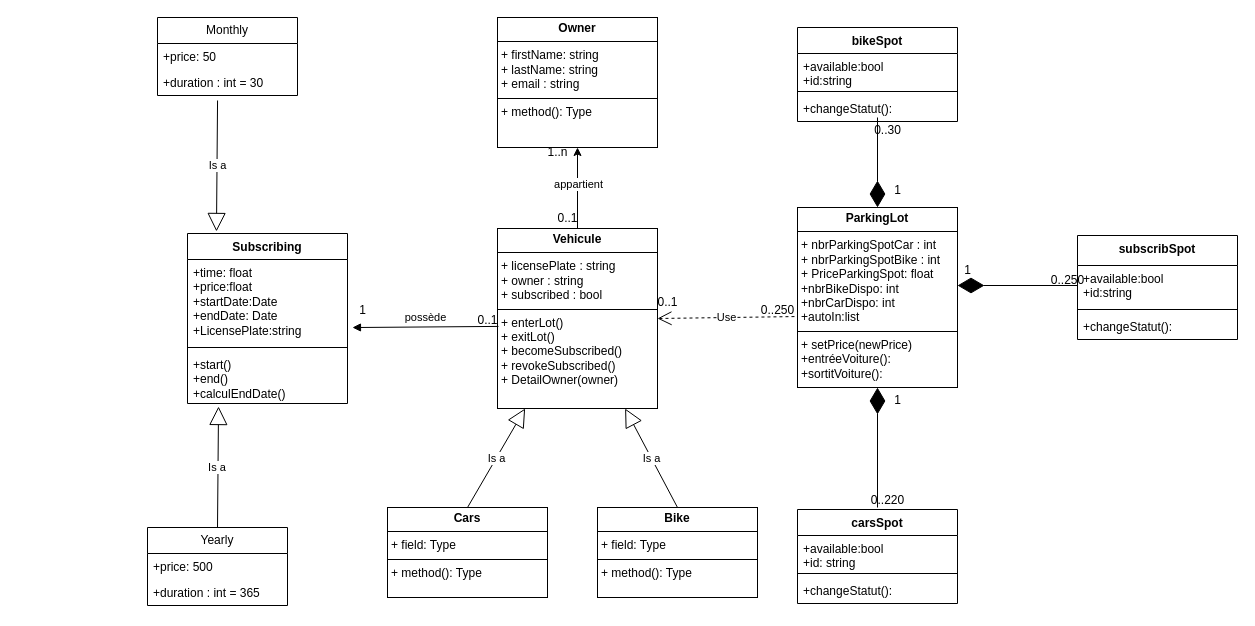
Before: UMLprojetDev2.drawio in bpatureau/Projet-dev-II-2tl1-6, a draw.io diagram. Source tidied: cells renumbered, new cells numbered last; positions are measured from the earlier drawing's top-left corner, leaving out a move shared by most shapes. Both pictures are drawn from the tidied source at 100%, with x=0, y=0 at pixel (147, 17).
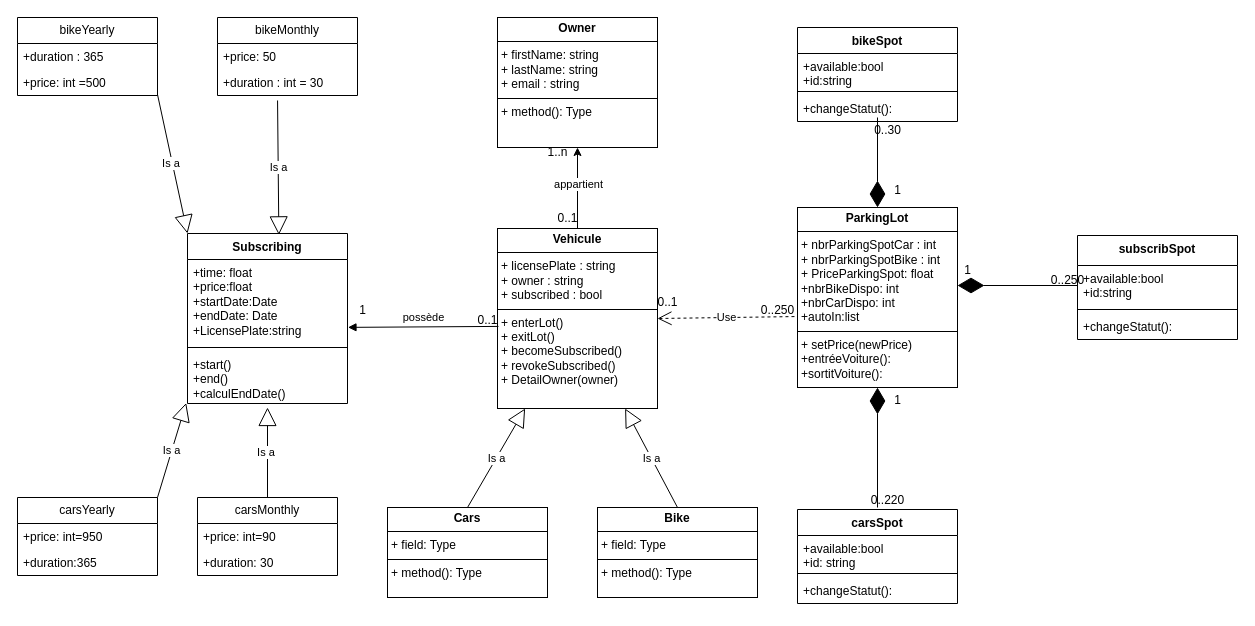
Above is the later version.

Commit message:
Mettre à jour UMLprojetDev2.drawio

Unchanged cells that the change refers to:
```xml
<mxCell id="2" value="&lt;p style=&quot;margin:0px;margin-top:4px;text-align:center;&quot;&gt;&lt;b&gt;Vehicule&lt;/b&gt;&lt;/p&gt;&lt;hr size=&quot;1&quot; style=&quot;border-style:solid;&quot;&gt;&lt;p style=&quot;margin:0px;margin-left:4px;&quot;&gt;+ licensePlate : string&lt;/p&gt;&lt;p style=&quot;margin:0px;margin-left:4px;&quot;&gt;+ owner : string&lt;/p&gt;&lt;p style=&quot;margin:0px;margin-left:4px;&quot;&gt;+ subscribed : bool&lt;/p&gt;&lt;hr size=&quot;1&quot; style=&quot;border-style:solid;&quot;&gt;&lt;p style=&quot;margin:0px;margin-left:4px;&quot;&gt;+ enterLot()&lt;/p&gt;&lt;p style=&quot;margin:0px;margin-left:4px;&quot;&gt;+ exitLot()&lt;/p&gt;&lt;p style=&quot;margin:0px;margin-left:4px;&quot;&gt;+ becomeSubscribed()&lt;/p&gt;&lt;p style=&quot;margin:0px;margin-left:4px;&quot;&gt;+ revokeSubscribed()&lt;/p&gt;&lt;p style=&quot;margin:0px;margin-left:4px;&quot;&gt;+ DetailOwner(owner)&lt;/p&gt;" style="verticalAlign=top;align=left;overflow=fill;html=1;whiteSpace=wrap;" parent="1" vertex="1">
  <mxGeometry x="350" y="211" width="160" height="180" as="geometry" />
</mxCell>
<mxCell id="9" value="Subscribing" style="swimlane;fontStyle=1;align=center;verticalAlign=top;horizontal=1;startSize=26;whiteSpace=wrap;html=1;" parent="1" vertex="1">
  <mxGeometry x="40" y="216" width="160" height="170" as="geometry" />
</mxCell>
<mxCell id="10" value="+time: float&lt;div&gt;+price:float&lt;/div&gt;&lt;div&gt;+startDate:Date&lt;/div&gt;&lt;div&gt;+endDate: Date&lt;/div&gt;&lt;div&gt;+LicensePlate:string&lt;/div&gt;" style="text;strokeColor=none;fillColor=none;align=left;verticalAlign=top;spacingLeft=4;spacingRight=4;overflow=hidden;points=[[0,0.5],[1,0.5]];portConstraint=eastwest;whiteSpace=wrap;html=1;" parent="9" vertex="1">
  <mxGeometry y="26" width="160" height="84" as="geometry" />
</mxCell>
<mxCell id="12" value="+start()&lt;div&gt;+end()&lt;/div&gt;&lt;div&gt;+calculEndDate()&lt;/div&gt;" style="text;strokeColor=none;fillColor=none;align=left;verticalAlign=top;spacingLeft=4;spacingRight=4;overflow=hidden;points=[[0,0.5],[1,0.5]];portConstraint=eastwest;whiteSpace=wrap;html=1;" parent="9" vertex="1">
  <mxGeometry y="118" width="160" height="52" as="geometry" />
</mxCell>
<mxCell id="15" value="+duration : int = 30" style="text;strokeColor=none;fillColor=none;align=left;verticalAlign=top;spacingLeft=4;spacingRight=4;overflow=hidden;points=[[0,0.5],[1,0.5]];portConstraint=eastwest;whiteSpace=wrap;html=1;" parent="13" vertex="1">
  <mxGeometry y="52" width="140" height="26" as="geometry" />
</mxCell>
```

Diff of the diagram source:
```diff
@@
-    <mxCell id="13" value="Monthly" style="swimlane;fontStyle=0;horizontal=1;startSize=26;fillColor=none;whiteSpace=wrap;html=1;" parent="1" vertex="1">
-      <mxGeometry x="10" width="140" height="78" as="geometry" />
+    <mxCell id="13" value="bikeMonthly" style="swimlane;fontStyle=0;horizontal=1;startSize=26;fillColor=none;whiteSpace=wrap;html=1;" parent="1" vertex="1">
+      <mxGeometry x="70" width="140" height="78" as="geometry" />
     </mxCell>
@@
-    <mxCell id="16" value="Yearly" style="swimlane;fontStyle=0;horizontal=1;startSize=26;fillColor=none;whiteSpace=wrap;html=1;" parent="1" vertex="1">
-      <mxGeometry y="510" width="140" height="78" as="geometry" />
+    <mxCell id="16" value="bikeYearly" style="swimlane;fontStyle=0;horizontal=1;startSize=26;fillColor=none;whiteSpace=wrap;html=1;" parent="1" vertex="1">
+      <mxGeometry x="-130" width="140" height="78" as="geometry" />
     </mxCell>
+    <mxCell id="18" value="+duration : 365" style="text;strokeColor=none;fillColor=none;align=left;verticalAlign=top;spacingLeft=4;spacingRight=4;overflow=hidden;whiteSpace=wrap;html=1;" parent="16" vertex="1">
+      <mxGeometry y="26" width="140" height="26" as="geometry" />
+    </mxCell>
-    <mxCell id="17" value="+price: 500" style="text;strokeColor=none;fillColor=none;align=left;verticalAlign=top;spacingLeft=4;spacingRight=4;overflow=hidden;points=[[0,0.5],[1,0.5]];portConstraint=eastwest;whiteSpace=wrap;html=1;" parent="16" vertex="1">
-      <mxGeometry y="26" width="140" height="26" as="geometry" />
+    <mxCell id="17" value="+price: int =500" style="text;strokeColor=none;fillColor=none;align=left;verticalAlign=top;spacingLeft=4;spacingRight=4;overflow=hidden;points=[[0,0.5],[1,0.5]];portConstraint=eastwest;whiteSpace=wrap;html=1;" parent="16" vertex="1">
+      <mxGeometry y="52" width="140" height="26" as="geometry" />
     </mxCell>
-    <mxCell id="18" value="+duration : int = 365" style="text;strokeColor=none;fillColor=none;align=left;verticalAlign=top;spacingLeft=4;spacingRight=4;overflow=hidden;whiteSpace=wrap;html=1;" parent="16" vertex="1">
-      <mxGeometry y="52" width="140" height="26" as="geometry" />
-    </mxCell>
@@
-    <mxCell id="21" value="Is a&amp;nbsp;" style="endArrow=block;endSize=16;endFill=0;html=1;rounded=0;exitX=0.5;exitY=0;exitDx=0;exitDy=0;entryX=0.194;entryY=1.058;entryDx=0;entryDy=0;entryPerimeter=0;" parent="1" edge="1" source="16" target="12">
+    <mxCell id="21" value="Is a&amp;nbsp;" style="endArrow=block;endSize=16;endFill=0;html=1;rounded=0;exitX=1;exitY=0.962;exitDx=0;exitDy=0;exitPerimeter=0;entryX=0;entryY=0;entryDx=0;entryDy=0;" parent="1" edge="1" source="17" target="9">
       <mxGeometry relative="1" as="geometry" />
     </mxCell>
-    <mxCell id="22" value="Is a" style="endArrow=block;endSize=16;endFill=0;html=1;rounded=0;exitX=0.429;exitY=1.192;exitDx=0;exitDy=0;exitPerimeter=0;entryX=0.181;entryY=-0.012;entryDx=0;entryDy=0;entryPerimeter=0;" parent="1" edge="1" source="15" target="9">
+    <mxCell id="22" value="Is a" style="endArrow=block;endSize=16;endFill=0;html=1;rounded=0;exitX=0.429;exitY=1.192;exitDx=0;exitDy=0;exitPerimeter=0;entryX=0.571;entryY=0.008;entryDx=0;entryDy=0;entryPerimeter=0;" parent="1" edge="1" source="15" target="9">
       <mxGeometry relative="1" as="geometry" />
     </mxCell>
-    <mxCell id="23" value="possède" style="html=1;verticalAlign=bottom;endArrow=block;curved=0;rounded=0;exitX=0.006;exitY=0.544;exitDx=0;exitDy=0;exitPerimeter=0;entryX=1.031;entryY=0.81;entryDx=0;entryDy=0;entryPerimeter=0;" parent="1" edge="1" source="2" target="10">
+    <mxCell id="23" value="possède" style="html=1;verticalAlign=bottom;endArrow=block;curved=0;rounded=0;exitX=0.006;exitY=0.544;exitDx=0;exitDy=0;exitPerimeter=0;entryX=1.003;entryY=0.808;entryDx=0;entryDy=0;entryPerimeter=0;" parent="1" edge="1" source="2" target="10">
       <mxGeometry relative="1" as="geometry" />
     </mxCell>
@@
+    <mxCell id="52" value="Is a&amp;nbsp;" style="endArrow=block;endSize=16;endFill=0;html=1;rounded=0;exitX=0.5;exitY=0;exitDx=0;exitDy=0;" parent="1" edge="1" source="57">
+      <mxGeometry relative="1" as="geometry">
+        <mxPoint x="120" y="390" as="targetPoint" />
+      </mxGeometry>
+    </mxCell>
+    <mxCell id="53" value="Is a" style="endArrow=block;endSize=16;endFill=0;html=1;rounded=0;entryX=-0.008;entryY=0.99;entryDx=0;entryDy=0;entryPerimeter=0;exitX=1;exitY=0;exitDx=0;exitDy=0;" parent="1" edge="1" source="54" target="12">
+      <mxGeometry relative="1" as="geometry" />
+    </mxCell>
+    <mxCell id="54" value="carsYearly" style="swimlane;fontStyle=0;horizontal=1;startSize=26;fillColor=none;whiteSpace=wrap;html=1;" parent="1" vertex="1">
+      <mxGeometry x="-130" y="480" width="140" height="78" as="geometry" />
+    </mxCell>
+    <mxCell id="55" value="+price: int=950" style="text;strokeColor=none;fillColor=none;align=left;verticalAlign=top;spacingLeft=4;spacingRight=4;overflow=hidden;whiteSpace=wrap;html=1;" parent="54" vertex="1">
+      <mxGeometry y="26" width="140" height="26" as="geometry" />
+    </mxCell>
+    <mxCell id="56" value="+duration:365" style="text;strokeColor=none;fillColor=none;align=left;verticalAlign=top;spacingLeft=4;spacingRight=4;overflow=hidden;whiteSpace=wrap;html=1;" parent="54" vertex="1">
+      <mxGeometry y="52" width="140" height="26" as="geometry" />
+    </mxCell>
+    <mxCell id="57" value="carsMonthly" style="swimlane;fontStyle=0;horizontal=1;startSize=26;fillColor=none;whiteSpace=wrap;html=1;" parent="1" vertex="1">
+      <mxGeometry x="50" y="480" width="140" height="78" as="geometry" />
+    </mxCell>
+    <mxCell id="58" value="+price: int=90" style="text;strokeColor=none;fillColor=none;align=left;verticalAlign=top;spacingLeft=4;spacingRight=4;overflow=hidden;whiteSpace=wrap;html=1;" parent="57" vertex="1">
+      <mxGeometry y="26" width="140" height="26" as="geometry" />
+    </mxCell>
+    <mxCell id="59" value="+duration: 30" style="text;strokeColor=none;fillColor=none;align=left;verticalAlign=top;spacingLeft=4;spacingRight=4;overflow=hidden;whiteSpace=wrap;html=1;" parent="57" vertex="1">
+      <mxGeometry y="52" width="140" height="26" as="geometry" />
+    </mxCell>
```
